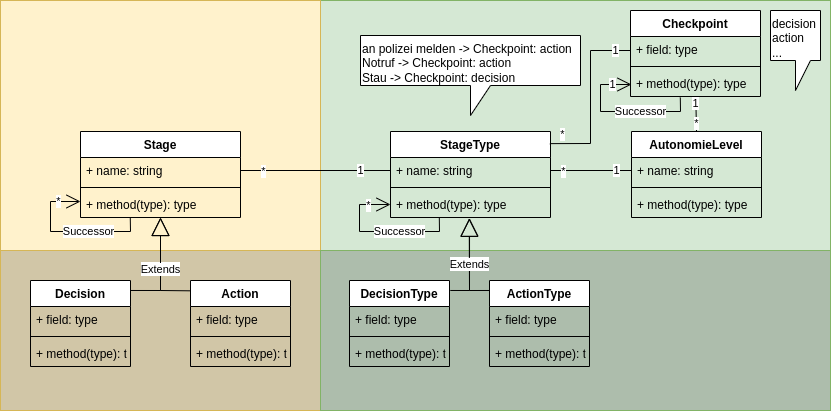
Above: doc/generic-model.png in KI-Cockpit/ai-cockpit-api (draw.io), before the change. Source tidied: cells renumbered, new cells last; positions are measured from the earlier drawing's top-left corner, leaving out a move shared by most shapes.
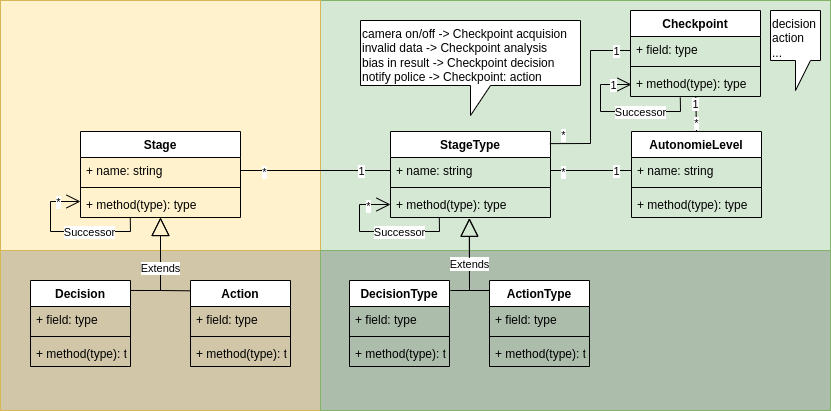
The same file after the commit.

Diff of the diagram source:
```diff
@@ -248,8 +248,8 @@
         <mxPoint x="2" y="-1" as="offset" />
       </mxGeometry>
     </mxCell>
-    <mxCell id="65" value="an polizei melden -&amp;gt; Checkpoint: action&lt;br&gt;Notruf -&amp;gt; Checkpoint: action&lt;br&gt;Stau -&amp;gt; Checkpoint: decision" style="shape=callout;whiteSpace=wrap;html=1;perimeter=calloutPerimeter;fontColor=#000000;align=left;verticalAlign=top;" parent="7" vertex="1">
-      <mxGeometry x="360" y="35" width="220" height="80" as="geometry" />
+    <mxCell id="65" value="&lt;div&gt;camera on/off -&amp;gt; Checkpoint acquision&lt;/div&gt;&lt;div&gt;invalid data -&amp;gt; Checkpoint analysis&lt;br&gt;bias in result -&amp;gt; Checkpoint decision&lt;/div&gt;notify police -&amp;gt; Checkpoint: action" style="shape=callout;whiteSpace=wrap;html=1;perimeter=calloutPerimeter;fontColor=#000000;align=left;verticalAlign=top;" parent="7" vertex="1">
+      <mxGeometry x="360" y="20" width="220" height="95" as="geometry" />
     </mxCell>
     <mxCell id="66" value="decision&lt;br&gt;action&lt;br&gt;..." style="shape=callout;whiteSpace=wrap;html=1;perimeter=calloutPerimeter;fontColor=#000000;align=left;verticalAlign=top;base=15;" parent="7" vertex="1">
       <mxGeometry x="770" y="10" width="50" height="80" as="geometry" />
```
